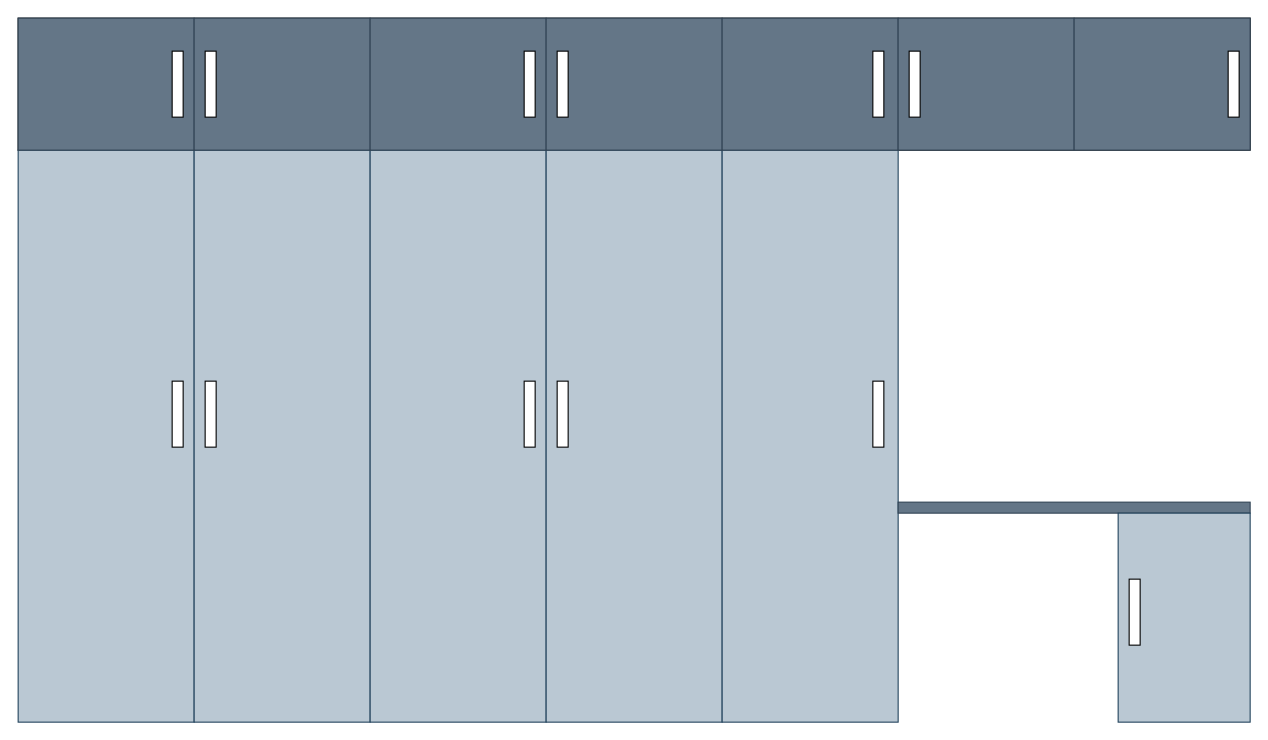
Earlier version of the draw.io diagram Final/wardrobe1.drawio (suresh-legato/Design). Source tidied: cells renumbered, new cells numbered last; positions are measured from the earlier drawing's top-left corner, leaving out a move shared by most shapes. Both pictures are drawn from the tidied source at 110%, with x=0, y=0 at pixel (18, 18).
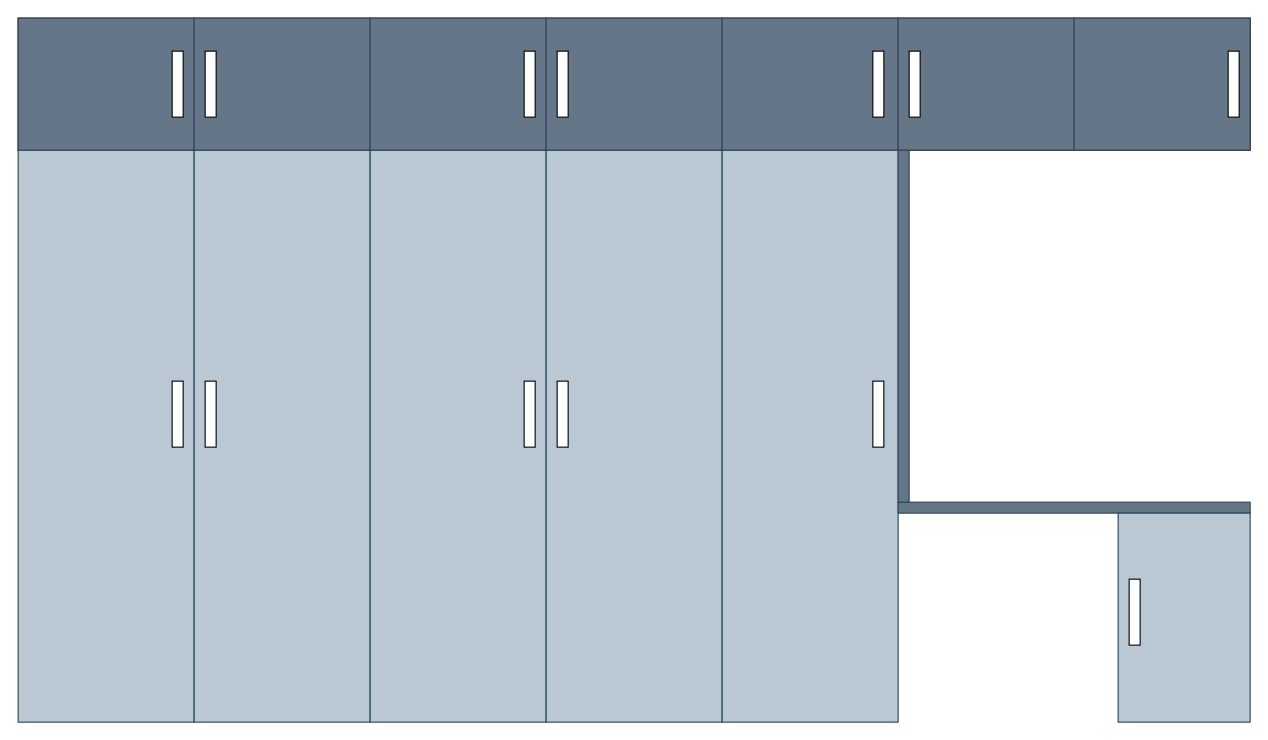
The same page after the edit.

Change to the diagram source:
```diff
@@
+    <mxCell id="30" style="rounded=0;whiteSpace=wrap;html=1;fillColor=#647687;fontColor=#ffffff;strokeColor=#314354;" parent="1" vertex="1">
+      <mxGeometry x="800" y="120" width="10" height="320" as="geometry" />
+    </mxCell>
```
